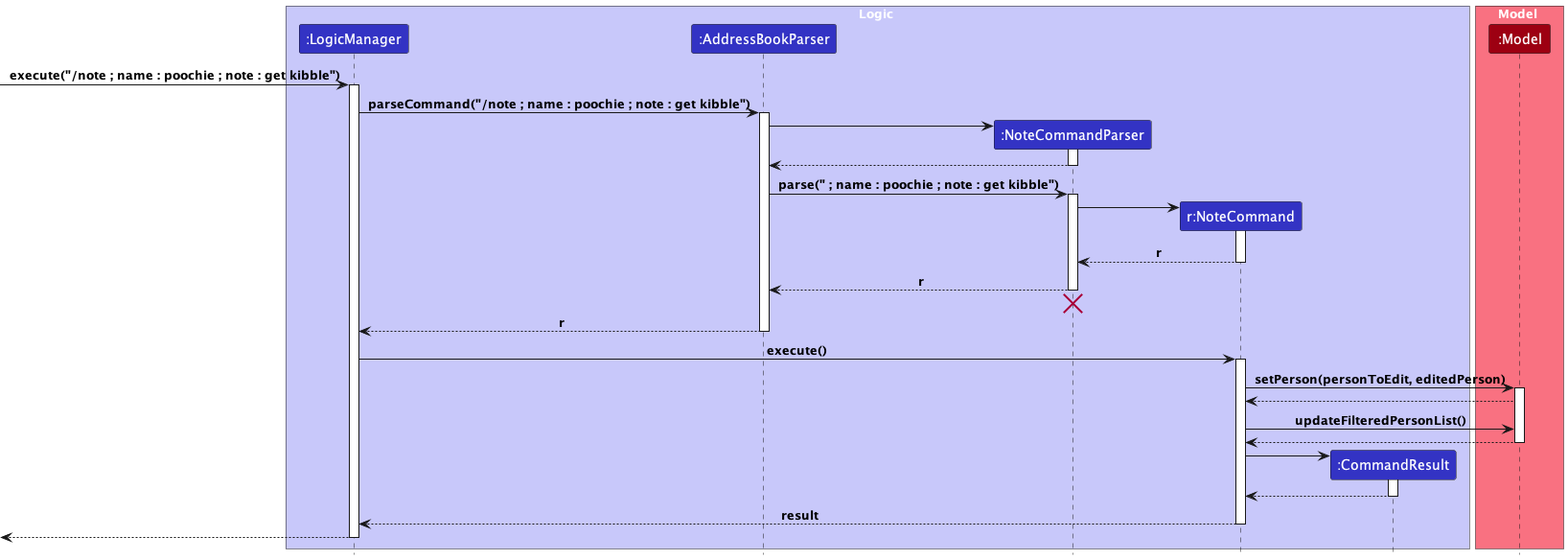
yleeyilin/tp keeps this PlantUML diagram as docs/images/NoteCommandSequenceDiagram.png. Above is the earlier version. The source it was exported from:
```plantuml
@startuml
!include style.puml

box Logic LOGIC_COLOR_T1
participant ":LogicManager" as LogicManager LOGIC_COLOR
participant ":AddressBookParser" as AddressBookParser LOGIC_COLOR
participant ":NoteCommandParser" as NoteCommandParser LOGIC_COLOR
participant "r:NoteCommand" as NoteCommand LOGIC_COLOR
participant ":CommandResult" as CommandResult LOGIC_COLOR
end box

box Model MODEL_COLOR_T1
participant ":Model" as Model MODEL_COLOR
end box
[-> LogicManager : execute("/note ; name : poochie ; note : get kibble")
activate LogicManager

LogicManager -> AddressBookParser : parseCommand("/note ; name : poochie ; note : get kibble")
activate AddressBookParser

create NoteCommandParser
AddressBookParser -> NoteCommandParser
activate NoteCommandParser

NoteCommandParser --> AddressBookParser
deactivate NoteCommandParser

AddressBookParser -> NoteCommandParser : parse(" ; name : poochie ; note : get kibble")
activate NoteCommandParser

create NoteCommand
NoteCommandParser -> NoteCommand
activate NoteCommand

NoteCommand --> NoteCommandParser : r
deactivate NoteCommand

NoteCommandParser --> AddressBookParser : r
deactivate NoteCommandParser

NoteCommandParser -[hidden]-> AddressBookParser
destroy NoteCommandParser

AddressBookParser --> LogicManager : r
deactivate AddressBookParser

LogicManager -> NoteCommand : execute()
activate NoteCommand

NoteCommand -> Model : setPerson(personToEdit, editedPerson)
activate Model

Model --> NoteCommand

NoteCommand -> Model : updateFilteredPersonList()

Model --> NoteCommand
deactivate Model

create CommandResult
NoteCommand -> CommandResult
activate CommandResult

CommandResult --> NoteCommand
deactivate CommandResult

NoteCommand --> LogicManager : result
deactivate NoteCommand

[<--LogicManager
deactivate LogicManager
@enduml
```
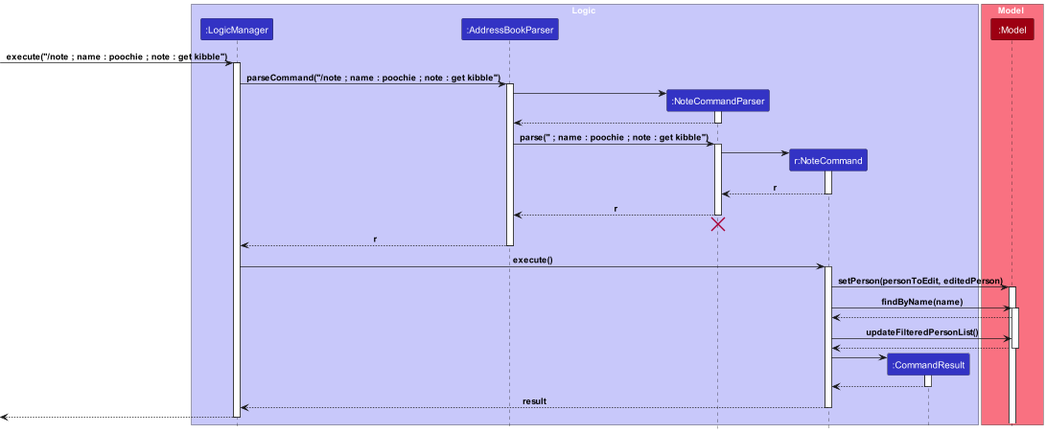
After the commit.

Commit message:
Add sequence diagrams

Change to the diagram source:
```diff
@@ -50,6 +50,9 @@
 NoteCommand -> Model : setPerson(personToEdit, editedPerson)
 activate Model
 
+NoteCommand -> Model : findByName(name)
+activate Model
+
 Model --> NoteCommand
 
 NoteCommand -> Model : updateFilteredPersonList()
```
